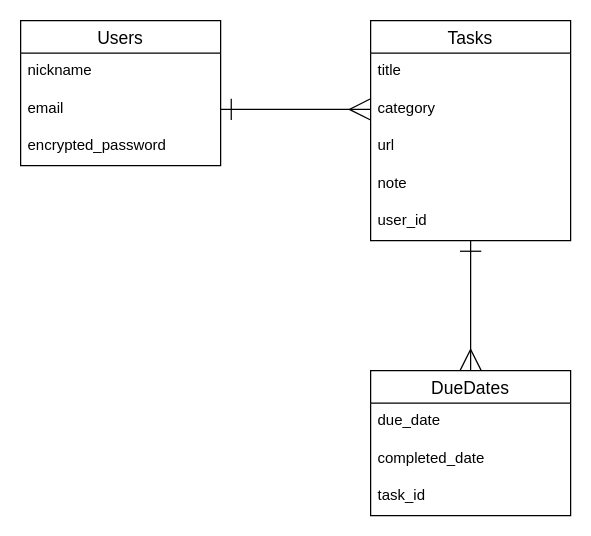
Earlier version of the draw.io diagram indahouse.dio (kazzz8/indahouse). Source tidied: cells renumbered, new cells numbered last; positions are measured from the earlier drawing's top-left corner, leaving out a move shared by most shapes. Both pictures are drawn from the tidied source at 125%, with x=0, y=0 at pixel (20, 20).
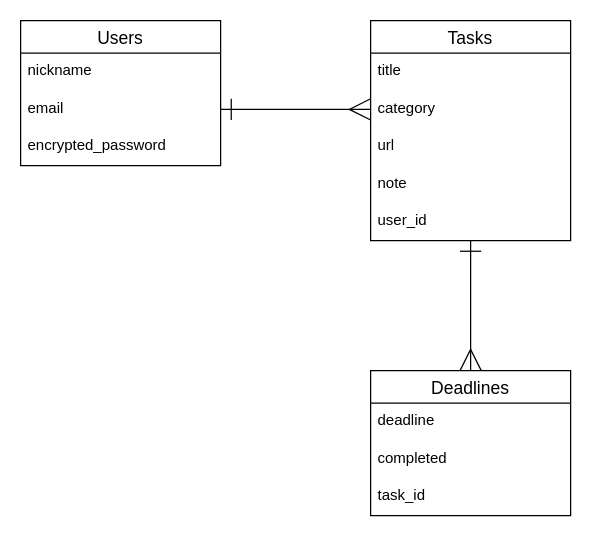
Above is the later version.

The edit, as a diff of the source:
```diff
@@
 <mxGraphModel>
   <root>
     <mxCell id="0" />
     <mxCell id="1" parent="0" />
     <mxCell id="2" value="Users" style="swimlane;fontStyle=0;horizontal=1;startSize=26;align=center;fontSize=14;" parent="1" vertex="1">
       <mxGeometry width="160" height="116" as="geometry" />
     </mxCell>
     <mxCell id="3" value="nickname" style="text;strokeColor=none;fillColor=none;spacingLeft=4;spacingRight=4;overflow=hidden;fontSize=12;" parent="2" vertex="1">
       <mxGeometry y="26" width="160" height="30" as="geometry" />
     </mxCell>
     <mxCell id="4" value="email" style="text;strokeColor=none;fillColor=none;spacingLeft=4;spacingRight=4;overflow=hidden;points=[[0,0.5],[1,0.5]];portConstraint=eastwest;fontSize=12;" parent="2" vertex="1">
       <mxGeometry y="56" width="160" height="30" as="geometry" />
     </mxCell>
     <mxCell id="5" value="encrypted_password" style="text;strokeColor=none;fillColor=none;spacingLeft=4;spacingRight=4;overflow=hidden;fontSize=12;" parent="2" vertex="1">
       <mxGeometry y="86" width="160" height="30" as="geometry" />
     </mxCell>
     <mxCell id="6" value="Tasks" style="swimlane;fontStyle=0;horizontal=1;startSize=26;align=center;fontSize=14;" parent="1" vertex="1">
       <mxGeometry x="280" width="160" height="176" as="geometry" />
     </mxCell>
     <mxCell id="7" value="title" style="text;strokeColor=none;fillColor=none;spacingLeft=4;spacingRight=4;overflow=hidden;fontSize=12;" parent="6" vertex="1">
       <mxGeometry y="26" width="160" height="30" as="geometry" />
     </mxCell>
     <mxCell id="8" value="category" style="text;strokeColor=none;fillColor=none;spacingLeft=4;spacingRight=4;overflow=hidden;points=[[0,0.5],[1,0.5]];portConstraint=eastwest;fontSize=12;" parent="6" vertex="1">
       <mxGeometry y="56" width="160" height="30" as="geometry" />
     </mxCell>
     <mxCell id="9" value="url" style="text;strokeColor=none;fillColor=none;spacingLeft=4;spacingRight=4;overflow=hidden;fontSize=12;" parent="6" vertex="1">
       <mxGeometry y="86" width="160" height="30" as="geometry" />
     </mxCell>
     <mxCell id="10" value="note" style="text;strokeColor=none;fillColor=none;spacingLeft=4;spacingRight=4;overflow=hidden;fontSize=12;" parent="6" vertex="1">
       <mxGeometry y="116" width="160" height="30" as="geometry" />
     </mxCell>
     <mxCell id="11" value="user_id" style="text;strokeColor=none;fillColor=none;spacingLeft=4;spacingRight=4;overflow=hidden;points=[[0,0.5],[1,0.5]];portConstraint=eastwest;fontSize=12;" parent="6" vertex="1">
       <mxGeometry y="146" width="160" height="30" as="geometry" />
     </mxCell>
     <mxCell id="12" style="edgeStyle=none;html=1;exitX=1;exitY=0.5;exitDx=0;exitDy=0;endArrow=ERmany;endFill=0;startArrow=ERone;startFill=0;endSize=15;startSize=15;entryX=0;entryY=0.5;entryDx=0;entryDy=0;" parent="1" edge="1" source="4" target="8">
       <mxGeometry relative="1" as="geometry" />
     </mxCell>
-    <mxCell id="13" value="DueDates" style="swimlane;fontStyle=0;horizontal=1;startSize=26;align=center;fontSize=14;" parent="1" vertex="1">
+    <mxCell id="13" value="Deadlines" style="swimlane;fontStyle=0;horizontal=1;startSize=26;align=center;fontSize=14;" parent="1" vertex="1">
       <mxGeometry x="280" y="280" width="160" height="116" as="geometry" />
     </mxCell>
-    <mxCell id="14" value="due_date" style="text;strokeColor=none;fillColor=none;spacingLeft=4;spacingRight=4;overflow=hidden;fontSize=12;" parent="13" vertex="1">
+    <mxCell id="14" value="deadline" style="text;strokeColor=none;fillColor=none;spacingLeft=4;spacingRight=4;overflow=hidden;fontSize=12;" parent="13" vertex="1">
       <mxGeometry y="26" width="160" height="30" as="geometry" />
     </mxCell>
-    <mxCell id="15" value="completed_date" style="text;strokeColor=none;fillColor=none;spacingLeft=4;spacingRight=4;overflow=hidden;fontSize=12;" parent="13" vertex="1">
+    <mxCell id="15" value="completed" style="text;strokeColor=none;fillColor=none;spacingLeft=4;spacingRight=4;overflow=hidden;fontSize=12;" parent="13" vertex="1">
       <mxGeometry y="56" width="160" height="30" as="geometry" />
     </mxCell>
     <mxCell id="16" value="task_id" style="text;strokeColor=none;fillColor=none;spacingLeft=4;spacingRight=4;overflow=hidden;fontSize=12;" parent="13" vertex="1">
       <mxGeometry y="86" width="160" height="30" as="geometry" />
     </mxCell>
     <mxCell id="17" style="edgeStyle=none;html=1;endArrow=ERmany;endFill=0;startArrow=ERone;startFill=0;endSize=15;startSize=15;entryX=0.5;entryY=0;entryDx=0;entryDy=0;" parent="1" edge="1" source="11" target="13">
       <mxGeometry relative="1" as="geometry" />
     </mxCell>
   </root>
 </mxGraphModel>
```
